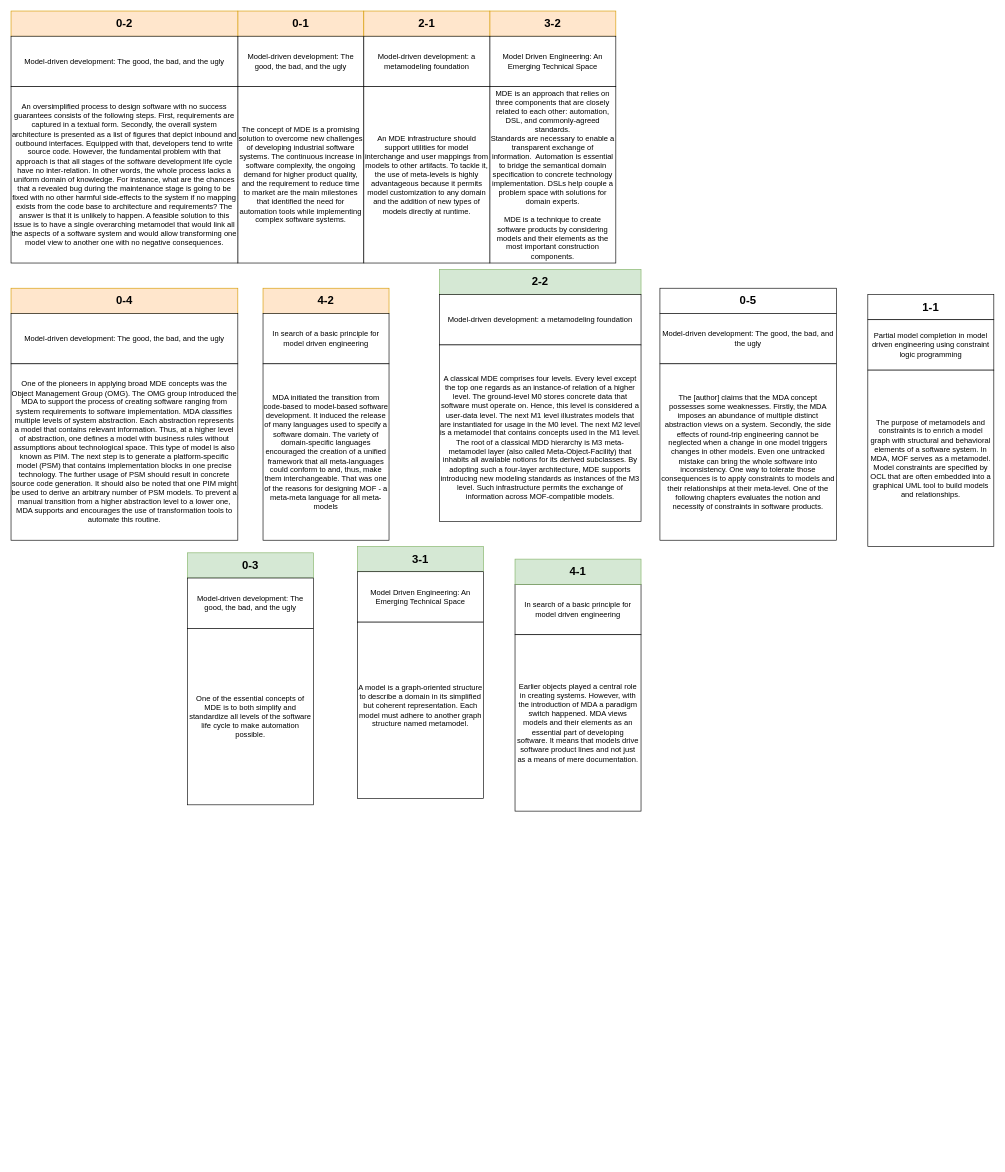
AntonSk98/User-driven-constraint-modelling-for-entity-models-at-runtime keeps this draw.io diagram as papers/model driven engineering/mde.drawio. Above is the earlier version. Source tidied: cells renumbered, new cells numbered last; positions are measured from the earlier drawing's top-left corner, leaving out a move shared by most shapes. Both pictures are drawn from the tidied source at 63%, with x=0, y=0 at pixel (11, 11).
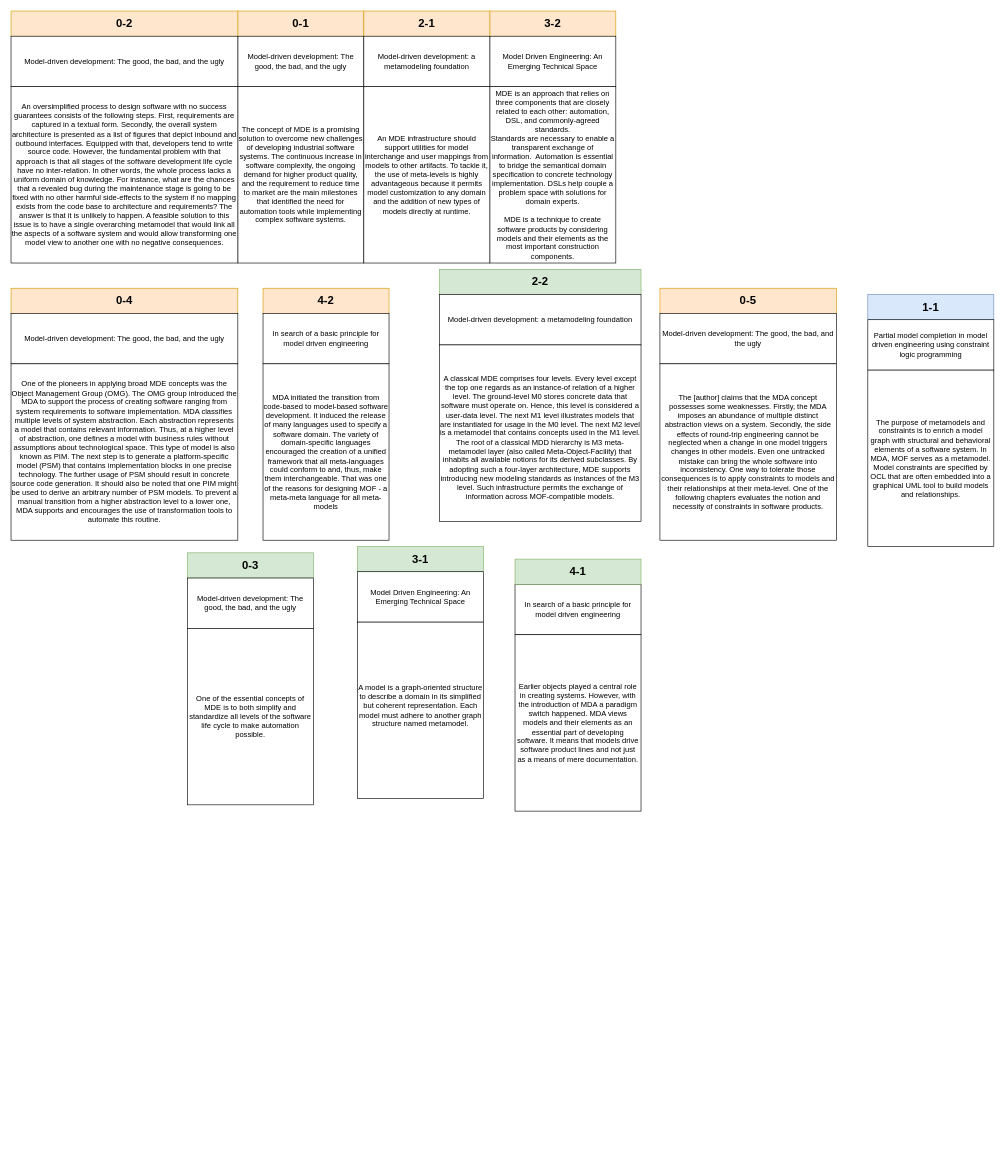
The same diagram, later.

The change refers to these unchanged cells:
```xml
<mxCell id="19" style="group;" parent="1" vertex="1">
  <mxGeometry x="1360" y="450" width="200" height="400" as="geometry" />
</mxCell>
<mxCell id="40" style="group;" parent="1" vertex="1">
  <mxGeometry x="1030" y="440" width="280" height="400" as="geometry" />
</mxCell>
```

Diff of the diagram source:
```diff
@@
-    <mxCell id="20" value="&lt;b&gt;&lt;font style=&quot;font-size: 18px;&quot;&gt;1-1&lt;/font&gt;&lt;/b&gt;" style="rounded=0;whiteSpace=wrap;html=1;" parent="19" vertex="1">
+    <mxCell id="20" value="&lt;b&gt;&lt;font style=&quot;font-size: 18px;&quot;&gt;1-1&lt;/font&gt;&lt;/b&gt;" style="rounded=0;whiteSpace=wrap;html=1;fillColor=#dae8fc;strokeColor=#6c8ebf;" parent="19" vertex="1">
       <mxGeometry width="200" height="40" as="geometry" />
     </mxCell>
@@
-    <mxCell id="41" value="&lt;b&gt;&lt;font style=&quot;font-size: 18px;&quot;&gt;0-5&lt;/font&gt;&lt;/b&gt;" style="rounded=0;whiteSpace=wrap;html=1;" parent="40" vertex="1">
+    <mxCell id="41" value="&lt;b&gt;&lt;font style=&quot;font-size: 18px;&quot;&gt;0-5&lt;/font&gt;&lt;/b&gt;" style="rounded=0;whiteSpace=wrap;html=1;fillColor=#ffe6cc;strokeColor=#d79b00;" parent="40" vertex="1">
       <mxGeometry width="280" height="40" as="geometry" />
     </mxCell>
```
